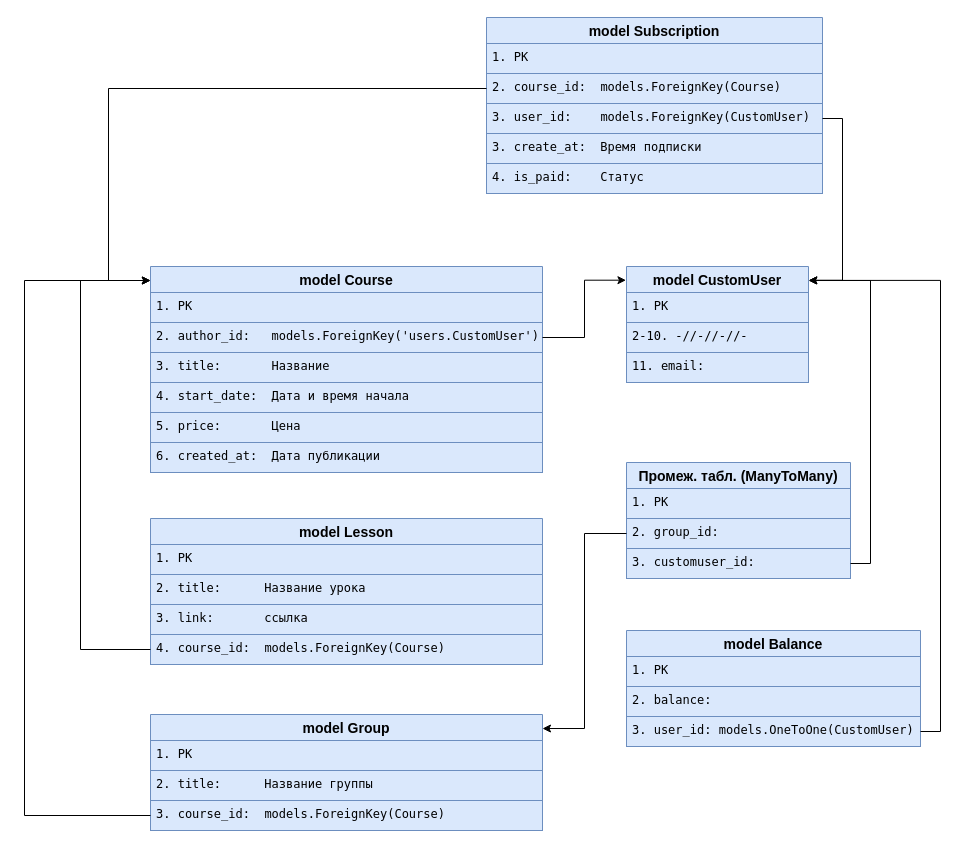
minkeviiich/TestWeather keeps this draw.io diagram as Диаграмма без названия.drawio. Above is the earlier version. Source tidied: cells renumbered, new cells numbered last; positions are measured from the earlier drawing's top-left corner, leaving out a move shared by most shapes. Both pictures are drawn from the tidied source at 100%, with x=0, y=0 at pixel (24, 17).
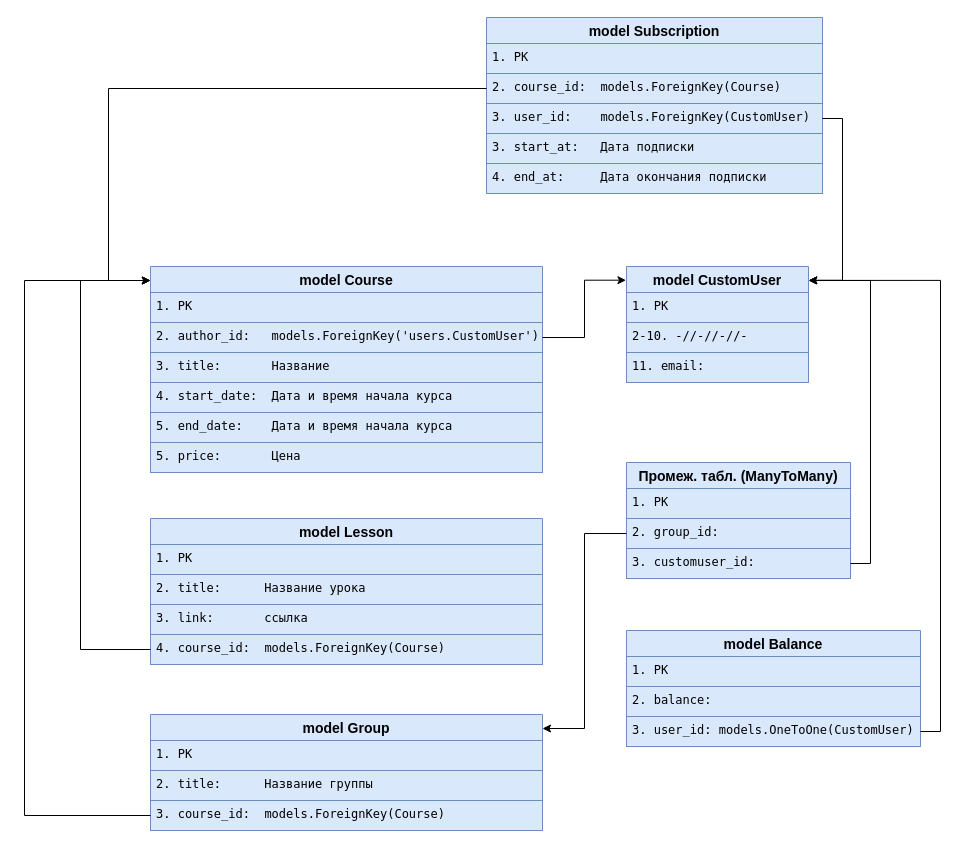
The same page after the edit.

The change refers to these unchanged cells:
```xml
<mxCell id="2" value="model Course" style="swimlane;fontStyle=1;horizontal=1;startSize=26;align=center;fontSize=14;fillColor=#dae8fc;strokeColor=#6c8ebf;" parent="1" vertex="1">
  <mxGeometry x="126" y="249" width="392" height="206" as="geometry" />
</mxCell>
<mxCell id="32" value="model Subscription" style="swimlane;fontStyle=1;horizontal=1;startSize=26;align=center;fontSize=14;fillColor=#dae8fc;strokeColor=#6c8ebf;" parent="1" vertex="1">
  <mxGeometry x="462" width="336" height="176" as="geometry" />
</mxCell>
```

What changed in the source:
```diff
@@
-    <mxCell id="6" value="&lt;span style=&quot;font-family: &amp;quot;Droid Sans Mono&amp;quot;, &amp;quot;monospace&amp;quot;, monospace; white-space: pre;&quot;&gt;4. start_date:  Дата и время начала&lt;/span&gt;" style="text;strokeColor=#6c8ebf;fillColor=#dae8fc;spacingLeft=4;spacingRight=4;overflow=hidden;fontSize=12;whiteSpace=wrap;html=1;" parent="2" vertex="1">
+    <mxCell id="6" value="&lt;span style=&quot;font-family: &amp;quot;Droid Sans Mono&amp;quot;, &amp;quot;monospace&amp;quot;, monospace; white-space: pre;&quot;&gt;4. start_date:  Дата и время начала курса&lt;/span&gt;" style="text;strokeColor=#6c8ebf;fillColor=#dae8fc;spacingLeft=4;spacingRight=4;overflow=hidden;fontSize=12;whiteSpace=wrap;html=1;" parent="2" vertex="1">
       <mxGeometry y="116" width="392" height="30" as="geometry" />
     </mxCell>
-    <mxCell id="7" value="&lt;span style=&quot;font-family: &amp;quot;Droid Sans Mono&amp;quot;, &amp;quot;monospace&amp;quot;, monospace; white-space: pre;&quot;&gt;5. price:       Цена&lt;/span&gt;" style="text;strokeColor=#6c8ebf;fillColor=#dae8fc;spacingLeft=4;spacingRight=4;overflow=hidden;fontSize=12;whiteSpace=wrap;html=1;" parent="2" vertex="1">
+    <mxCell id="7" value="&lt;span style=&quot;font-family: &amp;quot;Droid Sans Mono&amp;quot;, &amp;quot;monospace&amp;quot;, monospace; white-space: pre;&quot;&gt;5. end_date:    &lt;/span&gt;&lt;span style=&quot;font-family: &amp;quot;Droid Sans Mono&amp;quot;, &amp;quot;monospace&amp;quot;, monospace; white-space: pre;&quot;&gt;Дата и время начала курса&lt;/span&gt;" style="text;strokeColor=#6c8ebf;fillColor=#dae8fc;spacingLeft=4;spacingRight=4;overflow=hidden;fontSize=12;whiteSpace=wrap;html=1;" parent="2" vertex="1">
       <mxGeometry y="146" width="392" height="30" as="geometry" />
     </mxCell>
-    <mxCell id="8" value="&lt;span style=&quot;font-family: &amp;quot;Droid Sans Mono&amp;quot;, &amp;quot;monospace&amp;quot;, monospace; white-space: pre;&quot;&gt;6. created_at:  Дата публикации&lt;/span&gt;" style="text;strokeColor=#6c8ebf;fillColor=#dae8fc;spacingLeft=4;spacingRight=4;overflow=hidden;fontSize=12;whiteSpace=wrap;html=1;" parent="2" vertex="1">
+    <mxCell id="8" value="&lt;span style=&quot;font-family: &amp;quot;Droid Sans Mono&amp;quot;, &amp;quot;monospace&amp;quot;, monospace; white-space: pre;&quot;&gt;5. price:       Цена&lt;/span&gt;" style="text;strokeColor=#6c8ebf;fillColor=#dae8fc;spacingLeft=4;spacingRight=4;overflow=hidden;fontSize=12;whiteSpace=wrap;html=1;" parent="2" vertex="1">
       <mxGeometry y="176" width="392" height="30" as="geometry" />
     </mxCell>
@@
-    <mxCell id="36" value="&lt;span style=&quot;font-family: &amp;quot;Droid Sans Mono&amp;quot;, &amp;quot;monospace&amp;quot;, monospace; white-space: pre;&quot;&gt;3. create_at:  Время подписки&lt;/span&gt;" style="text;strokeColor=#6c8ebf;fillColor=#dae8fc;spacingLeft=4;spacingRight=4;overflow=hidden;fontSize=12;whiteSpace=wrap;html=1;" parent="32" vertex="1">
+    <mxCell id="36" value="&lt;span style=&quot;font-family: &amp;quot;Droid Sans Mono&amp;quot;, &amp;quot;monospace&amp;quot;, monospace; white-space: pre;&quot;&gt;3. start_at:   Дата подписки&lt;/span&gt;" style="text;strokeColor=#6c8ebf;fillColor=#dae8fc;spacingLeft=4;spacingRight=4;overflow=hidden;fontSize=12;whiteSpace=wrap;html=1;" parent="32" vertex="1">
       <mxGeometry y="116" width="336" height="30" as="geometry" />
     </mxCell>
-    <mxCell id="37" value="&lt;span style=&quot;font-family: &amp;quot;Droid Sans Mono&amp;quot;, &amp;quot;monospace&amp;quot;, monospace; white-space: pre;&quot;&gt;4. is_paid:    Статус&lt;/span&gt;" style="text;strokeColor=#6c8ebf;fillColor=#dae8fc;spacingLeft=4;spacingRight=4;overflow=hidden;fontSize=12;whiteSpace=wrap;html=1;" parent="32" vertex="1">
+    <mxCell id="37" value="&lt;span style=&quot;font-family: &amp;quot;Droid Sans Mono&amp;quot;, &amp;quot;monospace&amp;quot;, monospace; white-space: pre;&quot;&gt;4. end_at:     Дата окончания подписки&lt;/span&gt;" style="text;strokeColor=#6c8ebf;fillColor=#dae8fc;spacingLeft=4;spacingRight=4;overflow=hidden;fontSize=12;whiteSpace=wrap;html=1;" parent="32" vertex="1">
       <mxGeometry y="146" width="336" height="30" as="geometry" />
     </mxCell>
```
